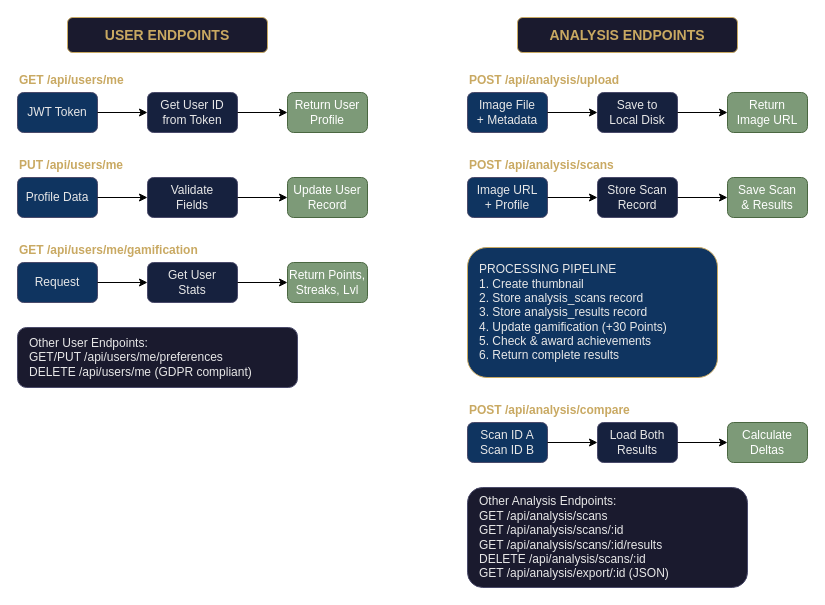
This is page "API - User and Analysis" (4 of 8) of BackEnd.drawio from Karlos-Karlos/Fix-it, a draw.io file, before an edit. Source tidied: cells renumbered, new cells numbered last; positions are measured from the earlier drawing's top-left corner, leaving out a move shared by most shapes. Both pictures are drawn from the tidied source at 100%, with x=0, y=0 at pixel (17, 17).
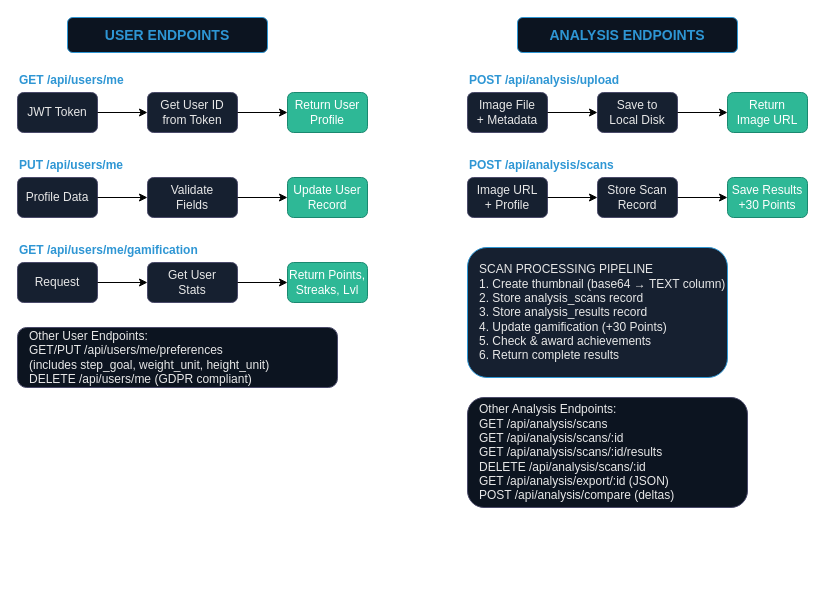
After the change.

Diff of the diagram source:
```diff
@@
-    <mxCell id="2" value="USER ENDPOINTS" style="rounded=1;whiteSpace=wrap;html=1;fontSize=14;fontStyle=1;fillColor=#1a1a2e;strokeColor=#c9a962;fontColor=#c9a962;" parent="1" vertex="1">
+    <mxCell id="2" value="USER ENDPOINTS" style="rounded=1;whiteSpace=wrap;html=1;fontSize=14;fontStyle=1;fillColor=#0C1420;strokeColor=#2E96D4;fontColor=#2E96D4;" parent="1" vertex="1">
       <mxGeometry x="50" width="200" height="35" as="geometry" />
     </mxCell>
-    <mxCell id="3" value="GET /api/users/me" style="text;html=1;strokeColor=none;fillColor=none;align=left;verticalAlign=middle;fontStyle=1;fontColor=#c9a962;" parent="1" vertex="1">
+    <mxCell id="3" value="GET /api/users/me" style="text;html=1;strokeColor=none;fillColor=none;align=left;verticalAlign=middle;fontStyle=1;fontColor=#2E96D4;" parent="1" vertex="1">
       <mxGeometry y="50" width="200" height="25" as="geometry" />
     </mxCell>
-    <mxCell id="4" value="JWT Token" style="rounded=1;whiteSpace=wrap;html=1;fillColor=#0f3460;strokeColor=#4a4a6a;fontColor=#e8e8e8;" parent="1" vertex="1">
+    <mxCell id="4" value="JWT Token" style="rounded=1;whiteSpace=wrap;html=1;fillColor=#162030;strokeColor=#4a4a6a;fontColor=#e8e8e8;" parent="1" vertex="1">
       <mxGeometry y="75" width="80" height="40" as="geometry" />
     </mxCell>
-    <mxCell id="5" value="Get User ID&#10;from Token" style="rounded=1;whiteSpace=wrap;html=1;fillColor=#16213e;strokeColor=#4a4a6a;fontColor=#e8e8e8;" parent="1" vertex="1">
+    <mxCell id="5" value="Get User ID&#10;from Token" style="rounded=1;whiteSpace=wrap;html=1;fillColor=#162030;strokeColor=#4a4a6a;fontColor=#e8e8e8;" parent="1" vertex="1">
       <mxGeometry x="130" y="75" width="90" height="40" as="geometry" />
     </mxCell>
-    <mxCell id="6" value="Return User&#10;Profile" style="rounded=1;whiteSpace=wrap;html=1;fillColor=#7d9a78;strokeColor=#4a6741;fontColor=#ffffff;" parent="1" vertex="1">
+    <mxCell id="6" value="Return User&#10;Profile" style="rounded=1;whiteSpace=wrap;html=1;fillColor=#2EB896;strokeColor=#1a8870;fontColor=#ffffff;" parent="1" vertex="1">
       <mxGeometry x="270" y="75" width="80" height="40" as="geometry" />
     </mxCell>
@@
-    <mxCell id="9" value="PUT /api/users/me" style="text;html=1;strokeColor=none;fillColor=none;align=left;verticalAlign=middle;fontStyle=1;fontColor=#c9a962;" parent="1" vertex="1">
+    <mxCell id="9" value="PUT /api/users/me" style="text;html=1;strokeColor=none;fillColor=none;align=left;verticalAlign=middle;fontStyle=1;fontColor=#2E96D4;" parent="1" vertex="1">
       <mxGeometry y="135" width="200" height="25" as="geometry" />
     </mxCell>
-    <mxCell id="10" value="Profile Data" style="rounded=1;whiteSpace=wrap;html=1;fillColor=#0f3460;strokeColor=#4a4a6a;fontColor=#e8e8e8;" parent="1" vertex="1">
+    <mxCell id="10" value="Profile Data" style="rounded=1;whiteSpace=wrap;html=1;fillColor=#162030;strokeColor=#4a4a6a;fontColor=#e8e8e8;" parent="1" vertex="1">
       <mxGeometry y="160" width="80" height="40" as="geometry" />
     </mxCell>
-    <mxCell id="11" value="Validate&#10;Fields" style="rounded=1;whiteSpace=wrap;html=1;fillColor=#16213e;strokeColor=#4a4a6a;fontColor=#e8e8e8;" parent="1" vertex="1">
+    <mxCell id="11" value="Validate&#10;Fields" style="rounded=1;whiteSpace=wrap;html=1;fillColor=#162030;strokeColor=#4a4a6a;fontColor=#e8e8e8;" parent="1" vertex="1">
       <mxGeometry x="130" y="160" width="90" height="40" as="geometry" />
     </mxCell>
-    <mxCell id="12" value="Update User&#10;Record" style="rounded=1;whiteSpace=wrap;html=1;fillColor=#7d9a78;strokeColor=#4a6741;fontColor=#ffffff;" parent="1" vertex="1">
+    <mxCell id="12" value="Update User&#10;Record" style="rounded=1;whiteSpace=wrap;html=1;fillColor=#2EB896;strokeColor=#1a8870;fontColor=#ffffff;" parent="1" vertex="1">
       <mxGeometry x="270" y="160" width="80" height="40" as="geometry" />
     </mxCell>
@@
-    <mxCell id="15" value="GET /api/users/me/gamification" style="text;html=1;strokeColor=none;fillColor=none;align=left;verticalAlign=middle;fontStyle=1;fontColor=#c9a962;" parent="1" vertex="1">
+    <mxCell id="15" value="GET /api/users/me/gamification" style="text;html=1;strokeColor=none;fillColor=none;align=left;verticalAlign=middle;fontStyle=1;fontColor=#2E96D4;" parent="1" vertex="1">
       <mxGeometry y="220" width="250" height="25" as="geometry" />
     </mxCell>
-    <mxCell id="16" value="Request" style="rounded=1;whiteSpace=wrap;html=1;fillColor=#0f3460;strokeColor=#4a4a6a;fontColor=#e8e8e8;" parent="1" vertex="1">
+    <mxCell id="16" value="Request" style="rounded=1;whiteSpace=wrap;html=1;fillColor=#162030;strokeColor=#4a4a6a;fontColor=#e8e8e8;" parent="1" vertex="1">
       <mxGeometry y="245" width="80" height="40" as="geometry" />
     </mxCell>
-    <mxCell id="17" value="Get User&#10;Stats" style="rounded=1;whiteSpace=wrap;html=1;fillColor=#16213e;strokeColor=#4a4a6a;fontColor=#e8e8e8;" parent="1" vertex="1">
+    <mxCell id="17" value="Get User&#10;Stats" style="rounded=1;whiteSpace=wrap;html=1;fillColor=#162030;strokeColor=#4a4a6a;fontColor=#e8e8e8;" parent="1" vertex="1">
       <mxGeometry x="130" y="245" width="90" height="40" as="geometry" />
     </mxCell>
-    <mxCell id="18" value="Return Points,&#10;Streaks, Lvl" style="rounded=1;whiteSpace=wrap;html=1;fillColor=#7d9a78;strokeColor=#4a6741;fontColor=#ffffff;" parent="1" vertex="1">
+    <mxCell id="18" value="Return Points,&#10;Streaks, Lvl" style="rounded=1;whiteSpace=wrap;html=1;fillColor=#2EB896;strokeColor=#1a8870;fontColor=#ffffff;" parent="1" vertex="1">
       <mxGeometry x="270" y="245" width="80" height="40" as="geometry" />
     </mxCell>
@@
-    <mxCell id="21" value="Other User Endpoints:&#10;GET/PUT /api/users/me/preferences&#10;DELETE /api/users/me (GDPR compliant)" style="rounded=1;whiteSpace=wrap;html=1;fillColor=#1a1a2e;strokeColor=#4a4a6a;fontColor=#e8e8e8;align=left;spacingLeft=10;" parent="1" vertex="1">
-      <mxGeometry y="310" width="280" height="60" as="geometry" />
+    <mxCell id="21" value="Other User Endpoints:&#10;GET/PUT /api/users/me/preferences&#10;  (includes step_goal, weight_unit, height_unit)&#10;DELETE /api/users/me (GDPR compliant)" style="rounded=1;whiteSpace=wrap;html=1;fillColor=#0C1420;strokeColor=#4a4a6a;fontColor=#e8e8e8;align=left;spacingLeft=10;" parent="1" vertex="1">
+      <mxGeometry y="310" width="320" height="60" as="geometry" />
     </mxCell>
-    <mxCell id="22" value="ANALYSIS ENDPOINTS" style="rounded=1;whiteSpace=wrap;html=1;fontSize=14;fontStyle=1;fillColor=#1a1a2e;strokeColor=#c9a962;fontColor=#c9a962;" parent="1" vertex="1">
+    <mxCell id="22" value="ANALYSIS ENDPOINTS" style="rounded=1;whiteSpace=wrap;html=1;fontSize=14;fontStyle=1;fillColor=#0C1420;strokeColor=#2E96D4;fontColor=#2E96D4;" parent="1" vertex="1">
       <mxGeometry x="500" width="220" height="35" as="geometry" />
     </mxCell>
-    <mxCell id="23" value="POST /api/analysis/upload" style="text;html=1;strokeColor=none;fillColor=none;align=left;verticalAlign=middle;fontStyle=1;fontColor=#c9a962;" parent="1" vertex="1">
+    <mxCell id="23" value="POST /api/analysis/upload" style="text;html=1;strokeColor=none;fillColor=none;align=left;verticalAlign=middle;fontStyle=1;fontColor=#2E96D4;" parent="1" vertex="1">
       <mxGeometry x="450" y="50" width="200" height="25" as="geometry" />
     </mxCell>
-    <mxCell id="24" value="Image File&#10;+ Metadata" style="rounded=1;whiteSpace=wrap;html=1;fillColor=#0f3460;strokeColor=#4a4a6a;fontColor=#e8e8e8;" parent="1" vertex="1">
+    <mxCell id="24" value="Image File&#10;+ Metadata" style="rounded=1;whiteSpace=wrap;html=1;fillColor=#162030;strokeColor=#4a4a6a;fontColor=#e8e8e8;" parent="1" vertex="1">
       <mxGeometry x="450" y="75" width="80" height="40" as="geometry" />
     </mxCell>
-    <mxCell id="25" value="Save to&#10;Local Disk" style="rounded=1;whiteSpace=wrap;html=1;fillColor=#16213e;strokeColor=#4a4a6a;fontColor=#e8e8e8;" parent="1" vertex="1">
+    <mxCell id="25" value="Save to&#10;Local Disk" style="rounded=1;whiteSpace=wrap;html=1;fillColor=#162030;strokeColor=#4a4a6a;fontColor=#e8e8e8;" parent="1" vertex="1">
       <mxGeometry x="580" y="75" width="80" height="40" as="geometry" />
     </mxCell>
-    <mxCell id="26" value="Return&#10;Image URL" style="rounded=1;whiteSpace=wrap;html=1;fillColor=#7d9a78;strokeColor=#4a6741;fontColor=#ffffff;" parent="1" vertex="1">
+    <mxCell id="26" value="Return&#10;Image URL" style="rounded=1;whiteSpace=wrap;html=1;fillColor=#2EB896;strokeColor=#1a8870;fontColor=#ffffff;" parent="1" vertex="1">
       <mxGeometry x="710" y="75" width="80" height="40" as="geometry" />
     </mxCell>
@@
-    <mxCell id="29" value="POST /api/analysis/scans" style="text;html=1;strokeColor=none;fillColor=none;align=left;verticalAlign=middle;fontStyle=1;fontColor=#c9a962;" parent="1" vertex="1">
+    <mxCell id="29" value="POST /api/analysis/scans" style="text;html=1;strokeColor=none;fillColor=none;align=left;verticalAlign=middle;fontStyle=1;fontColor=#2E96D4;" parent="1" vertex="1">
       <mxGeometry x="450" y="135" width="200" height="25" as="geometry" />
     </mxCell>
-    <mxCell id="30" value="Image URL&#10;+ Profile" style="rounded=1;whiteSpace=wrap;html=1;fillColor=#0f3460;strokeColor=#4a4a6a;fontColor=#e8e8e8;" parent="1" vertex="1">
+    <mxCell id="30" value="Image URL&#10;+ Profile" style="rounded=1;whiteSpace=wrap;html=1;fillColor=#162030;strokeColor=#4a4a6a;fontColor=#e8e8e8;" parent="1" vertex="1">
       <mxGeometry x="450" y="160" width="80" height="40" as="geometry" />
     </mxCell>
-    <mxCell id="31" value="Store Scan&#10;Record" style="rounded=1;whiteSpace=wrap;html=1;fillColor=#16213e;strokeColor=#4a4a6a;fontColor=#e8e8e8;" parent="1" vertex="1">
+    <mxCell id="31" value="Store Scan&#10;Record" style="rounded=1;whiteSpace=wrap;html=1;fillColor=#162030;strokeColor=#4a4a6a;fontColor=#e8e8e8;" parent="1" vertex="1">
       <mxGeometry x="580" y="160" width="80" height="40" as="geometry" />
     </mxCell>
-    <mxCell id="32" value="Save Scan&#10;&amp; Results" style="rounded=1;whiteSpace=wrap;html=1;fillColor=#7d9a78;strokeColor=#4a6741;fontColor=#ffffff;" parent="1" vertex="1">
+    <mxCell id="32" value="Save Results&#10;+30 Points" style="rounded=1;whiteSpace=wrap;html=1;fillColor=#2EB896;strokeColor=#1a8870;fontColor=#ffffff;" parent="1" vertex="1">
       <mxGeometry x="710" y="160" width="80" height="40" as="geometry" />
     </mxCell>
@@
-    <mxCell id="35" value="PROCESSING PIPELINE&#10;1. Create thumbnail&#10;2. Store analysis_scans record&#10;3. Store analysis_results record&#10;4. Update gamification (+30 Points)&#10;5. Check &amp; award achievements&#10;6. Return complete results" style="rounded=1;whiteSpace=wrap;html=1;fillColor=#0f3460;strokeColor=#c9a962;fontColor=#e8e8e8;align=left;spacingLeft=10;" parent="1" vertex="1">
-      <mxGeometry x="450" y="230" width="250" height="130" as="geometry" />
+    <mxCell id="35" value="SCAN PROCESSING PIPELINE&#10;1. Create thumbnail (base64 → TEXT column)&#10;2. Store analysis_scans record&#10;3. Store analysis_results record&#10;4. Update gamification (+30 Points)&#10;5. Check &amp; award achievements&#10;6. Return complete results" style="rounded=1;whiteSpace=wrap;html=1;fillColor=#162030;strokeColor=#2E96D4;fontColor=#e8e8e8;align=left;spacingLeft=10;" parent="1" vertex="1">
+      <mxGeometry x="450" y="230" width="260" height="130" as="geometry" />
     </mxCell>
-    <mxCell id="36" value="POST /api/analysis/compare" style="text;html=1;strokeColor=none;fillColor=none;align=left;verticalAlign=middle;fontStyle=1;fontColor=#c9a962;" parent="1" vertex="1">
-      <mxGeometry x="450" y="380" width="220" height="25" as="geometry" />
-    </mxCell>
-    <mxCell id="37" value="Scan ID A&#10;Scan ID B" style="rounded=1;whiteSpace=wrap;html=1;fillColor=#0f3460;strokeColor=#4a4a6a;fontColor=#e8e8e8;" parent="1" vertex="1">
-      <mxGeometry x="450" y="405" width="80" height="40" as="geometry" />
-    </mxCell>
-    <mxCell id="38" value="Load Both&#10;Results" style="rounded=1;whiteSpace=wrap;html=1;fillColor=#16213e;strokeColor=#4a4a6a;fontColor=#e8e8e8;" parent="1" vertex="1">
-      <mxGeometry x="580" y="405" width="80" height="40" as="geometry" />
-    </mxCell>
-    <mxCell id="39" value="Calculate&#10;Deltas" style="rounded=1;whiteSpace=wrap;html=1;fillColor=#7d9a78;strokeColor=#4a6741;fontColor=#ffffff;" parent="1" vertex="1">
-      <mxGeometry x="710" y="405" width="80" height="40" as="geometry" />
-    </mxCell>
-    <mxCell id="40" style="edgeStyle=orthogonalEdgeStyle;rounded=0;jettySize=auto;html=1;" parent="1" edge="1" source="37" target="38">
-      <mxGeometry relative="1" as="geometry" />
-    </mxCell>
-    <mxCell id="41" style="edgeStyle=orthogonalEdgeStyle;rounded=0;jettySize=auto;html=1;" parent="1" edge="1" source="38" target="39">
-      <mxGeometry relative="1" as="geometry" />
-    </mxCell>
-    <mxCell id="42" value="Other Analysis Endpoints:&#10;GET /api/analysis/scans&#10;GET /api/analysis/scans/:id&#10;GET /api/analysis/scans/:id/results&#10;DELETE /api/analysis/scans/:id&#10;GET /api/analysis/export/:id (JSON)" style="rounded=1;whiteSpace=wrap;html=1;fillColor=#1a1a2e;strokeColor=#4a4a6a;fontColor=#e8e8e8;align=left;spacingLeft=10;" parent="1" vertex="1">
-      <mxGeometry x="450" y="470" width="280" height="100" as="geometry" />
+    <mxCell id="42" value="Other Analysis Endpoints:&#10;GET /api/analysis/scans&#10;GET /api/analysis/scans/:id&#10;GET /api/analysis/scans/:id/results&#10;DELETE /api/analysis/scans/:id&#10;GET /api/analysis/export/:id (JSON)&#10;POST /api/analysis/compare (deltas)" style="rounded=1;whiteSpace=wrap;html=1;fillColor=#0C1420;strokeColor=#4a4a6a;fontColor=#e8e8e8;align=left;spacingLeft=10;" parent="1" vertex="1">
+      <mxGeometry x="450" y="380" width="280" height="110" as="geometry" />
     </mxCell>
```
